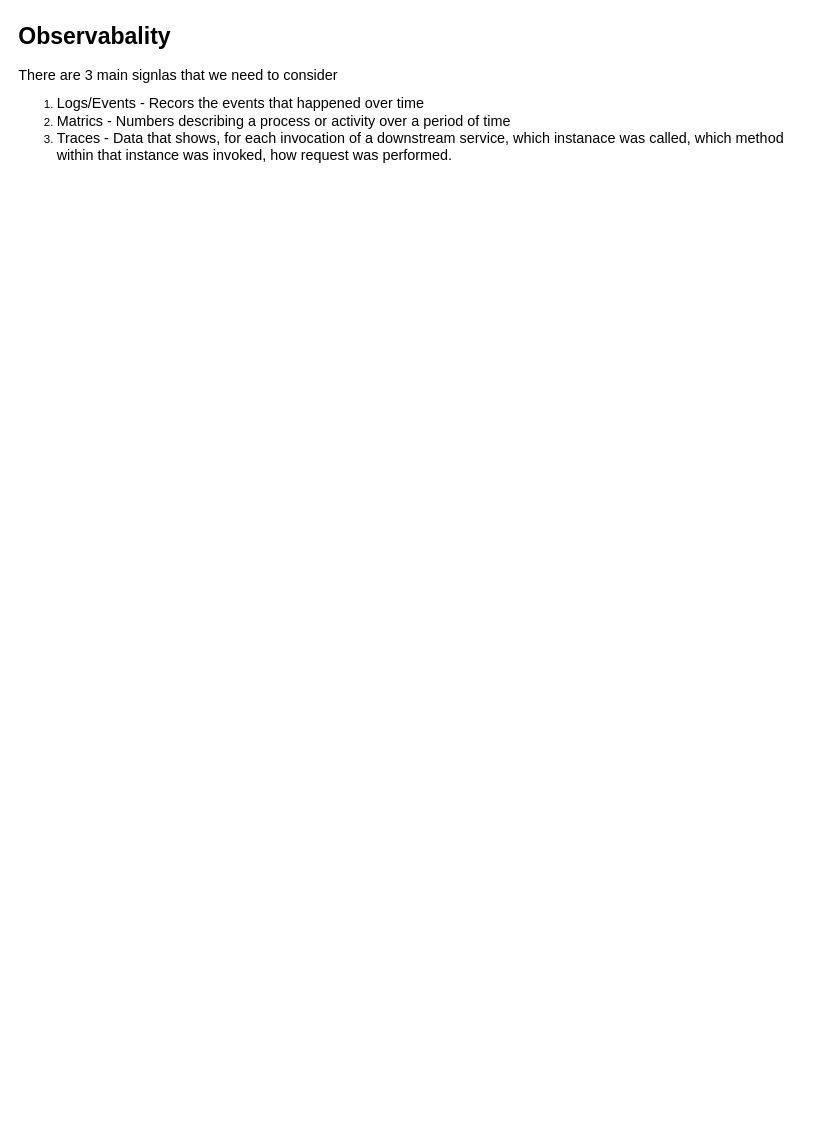
jamadagniVijay/coding-practice keeps this draw.io diagram as diagrams/OpenTelemetry-Observabality.drawio. Above is the earlier version. Source tidied: cells renumbered, new cells numbered last; positions are measured from the earlier drawing's top-left corner, leaving out a move shared by most shapes. Both pictures are drawn from the tidied source at 96%, with x=0, y=0 at pixel (16, 16).
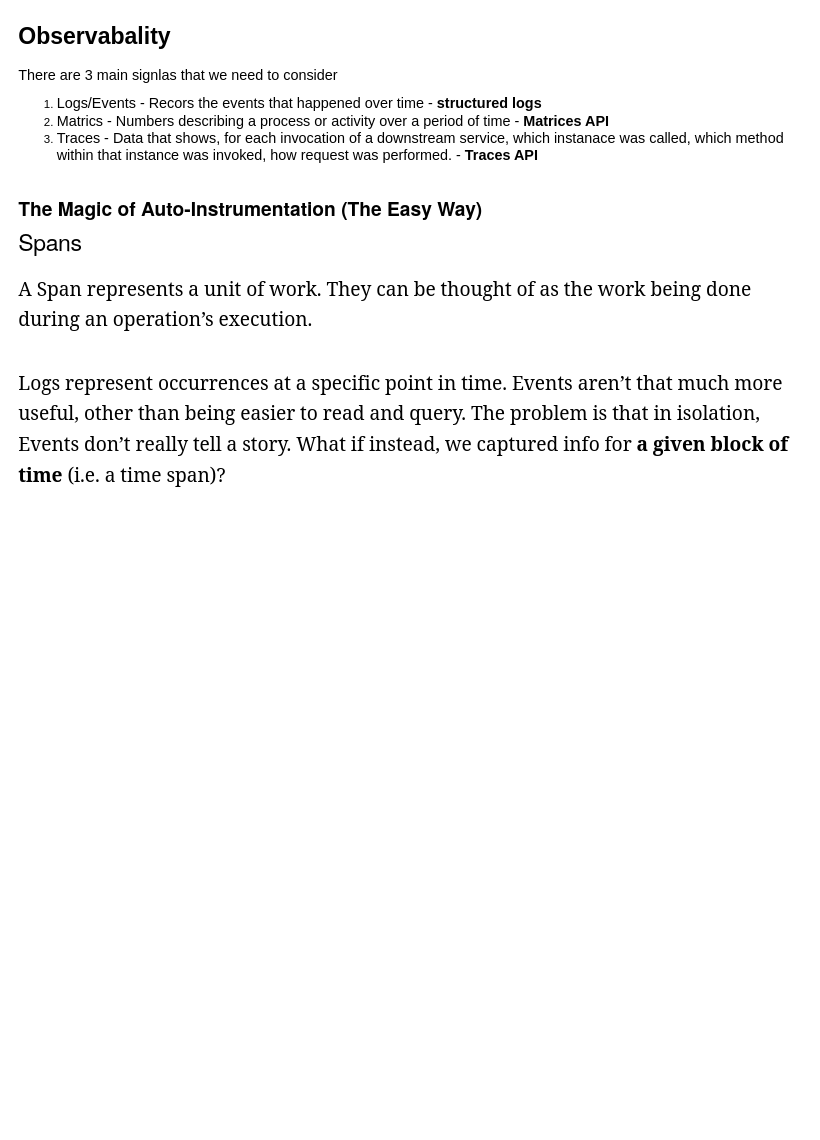
Above is the later version.

Change to the diagram source:
```diff
@@
 <mxGraphModel>
   <root>
     <mxCell id="0" />
     <mxCell id="1" parent="0" />
-    <mxCell id="2" value="&lt;h1 style=&quot;margin-top: 0px;&quot;&gt;Observabality&lt;/h1&gt;&lt;p&gt;&lt;font style=&quot;font-size: 15px;&quot;&gt;There are 3 main signlas that we need to consider&amp;nbsp;&lt;/font&gt;&lt;/p&gt;&lt;p&gt;&lt;/p&gt;&lt;ol&gt;&lt;li&gt;&lt;font style=&quot;font-size: 15px;&quot;&gt;Logs/Events - Recors the events that happened over time&lt;/font&gt;&lt;/li&gt;&lt;li&gt;&lt;font style=&quot;font-size: 15px;&quot;&gt;Matrics - Numbers describing a process or activity over a period of time&lt;/font&gt;&lt;/li&gt;&lt;li&gt;&lt;font style=&quot;font-size: 15px;&quot;&gt;Traces - Data that shows, for each invocation of a downstream service, which instanace was called, which method within that instance was invoked, how request was performed.&lt;/font&gt;&lt;/li&gt;&lt;/ol&gt;&lt;div&gt;&lt;br&gt;&lt;/div&gt;&lt;div&gt;&lt;br&gt;&lt;/div&gt;&lt;p&gt;&lt;/p&gt;" style="text;html=1;whiteSpace=wrap;overflow=hidden;rounded=0;" parent="1" vertex="1">
-      <mxGeometry width="820" height="550" as="geometry" />
+    <mxCell id="2" value="&lt;h1 style=&quot;margin-top: 0px;&quot;&gt;Observabality&lt;/h1&gt;&lt;p&gt;&lt;font style=&quot;font-size: 15px;&quot;&gt;There are 3 main signlas that we need to consider&amp;nbsp;&lt;/font&gt;&lt;/p&gt;&lt;p&gt;&lt;/p&gt;&lt;ol&gt;&lt;li&gt;&lt;font style=&quot;font-size: 15px;&quot;&gt;Logs/Events - Recors the events that happened over time - &lt;b&gt;structured logs&lt;/b&gt;&lt;/font&gt;&lt;/li&gt;&lt;li&gt;&lt;font style=&quot;font-size: 15px;&quot;&gt;Matrics - Numbers describing a process or activity over a period of time - &lt;b&gt;Matrices API&lt;/b&gt;&lt;/font&gt;&lt;/li&gt;&lt;li&gt;&lt;font style=&quot;font-size: 15px;&quot;&gt;Traces - Data that shows, for each invocation of a downstream service, which instanace was called, which method within that instance was invoked, how request was performed. - &lt;b&gt;Traces API&lt;/b&gt;&lt;/font&gt;&lt;/li&gt;&lt;/ol&gt;&lt;div&gt;&lt;h3 id=&quot;279e&quot; class=&quot;pt oi if z oj pu pv ao on pw px aq or nu py pz qa ny qb qc qd oc qe qf qg qh cv&quot; style=&quot;box-sizing: inherit; margin: 1.72em 0px -0.31em; font-family: sohne, &amp;quot;Helvetica Neue&amp;quot;, Helvetica, Arial, sans-serif; line-height: 24px; font-size: 20px;&quot;&gt;The Magic of Auto-Instrumentation (The Easy Way)&lt;/h3&gt;&lt;/div&gt;&lt;div&gt;&lt;br&gt;&lt;/div&gt;&lt;div&gt;&lt;span style=&quot;font-family: sohne, &amp;quot;Helvetica Neue&amp;quot;, Helvetica, Arial, sans-serif; font-size: 24px; letter-spacing: -0.016em; background-color: transparent; color: light-dark(rgb(0, 0, 0), rgb(255, 255, 255));&quot;&gt;Spans&lt;/span&gt;&lt;/div&gt;&lt;div&gt;&lt;p id=&quot;aee4&quot; class=&quot;pw-post-body-paragraph pz qa ke qb b qc rq qe qf qg rr qi qj fm rs ql qm fp rt qo qp fs ru qr qs qt ir cv&quot; style=&quot;box-sizing: inherit; margin: 0.94em 0px -0.46em; word-break: break-word; line-height: 32px; letter-spacing: -0.003em; font-family: source-serif-pro, Georgia, Cambria, &amp;quot;Times New Roman&amp;quot;, Times, serif; font-size: 20px;&quot;&gt;A Span represents a unit of work. They can be thought of as the work being done during an operation’s execution.&lt;/p&gt;&lt;p id=&quot;e84b&quot; class=&quot;pw-post-body-paragraph pz qa ke qb b qc qd qe qf qg qh qi qj fm qk ql qm fp qn qo qp fs qq qr qs qt ir cv&quot; style=&quot;box-sizing: inherit; margin: 2.14em 0px -0.46em; word-break: break-word; line-height: 32px; letter-spacing: -0.003em; font-family: source-serif-pro, Georgia, Cambria, &amp;quot;Times New Roman&amp;quot;, Times, serif; font-size: 20px;&quot;&gt;Logs represent occurrences at a specific point in time. Events aren’t that much more useful, other than being easier to read and query. The problem is that in isolation, Events don’t really tell a story. What if instead, we captured info for &lt;span class=&quot;qb kf&quot; style=&quot;box-sizing: inherit; font-weight: 700;&quot;&gt;a given block of time&lt;/span&gt; (i.e. a time span)?&lt;/p&gt;&lt;p id=&quot;e84b&quot; class=&quot;pw-post-body-paragraph pz qa ke qb b qc qd qe qf qg qh qi qj fm qk ql qm fp qn qo qp fs qq qr qs qt ir cv&quot; style=&quot;box-sizing: inherit; margin: 2.14em 0px -0.46em; word-break: break-word; line-height: 32px; letter-spacing: -0.003em; font-family: source-serif-pro, Georgia, Cambria, &amp;quot;Times New Roman&amp;quot;, Times, serif; font-size: 20px;&quot;&gt;&lt;br&gt;&lt;/p&gt;&lt;p id=&quot;e84b&quot; class=&quot;pw-post-body-paragraph pz qa ke qb b qc qd qe qf qg qh qi qj fm qk ql qm fp qn qo qp fs qq qr qs qt ir cv&quot; style=&quot;box-sizing: inherit; margin: 2.14em 0px -0.46em; word-break: break-word; line-height: 32px; letter-spacing: -0.003em; font-family: source-serif-pro, Georgia, Cambria, &amp;quot;Times New Roman&amp;quot;, Times, serif; font-size: 20px;&quot;&gt;&lt;br&gt;&lt;/p&gt;&lt;/div&gt;&lt;p&gt;&lt;/p&gt;" style="text;html=1;whiteSpace=wrap;overflow=hidden;rounded=0;fontColor=default;labelBackgroundColor=none;" parent="1" vertex="1">
+      <mxGeometry width="820" height="1150" as="geometry" />
     </mxCell>
   </root>
 </mxGraphModel>
```
